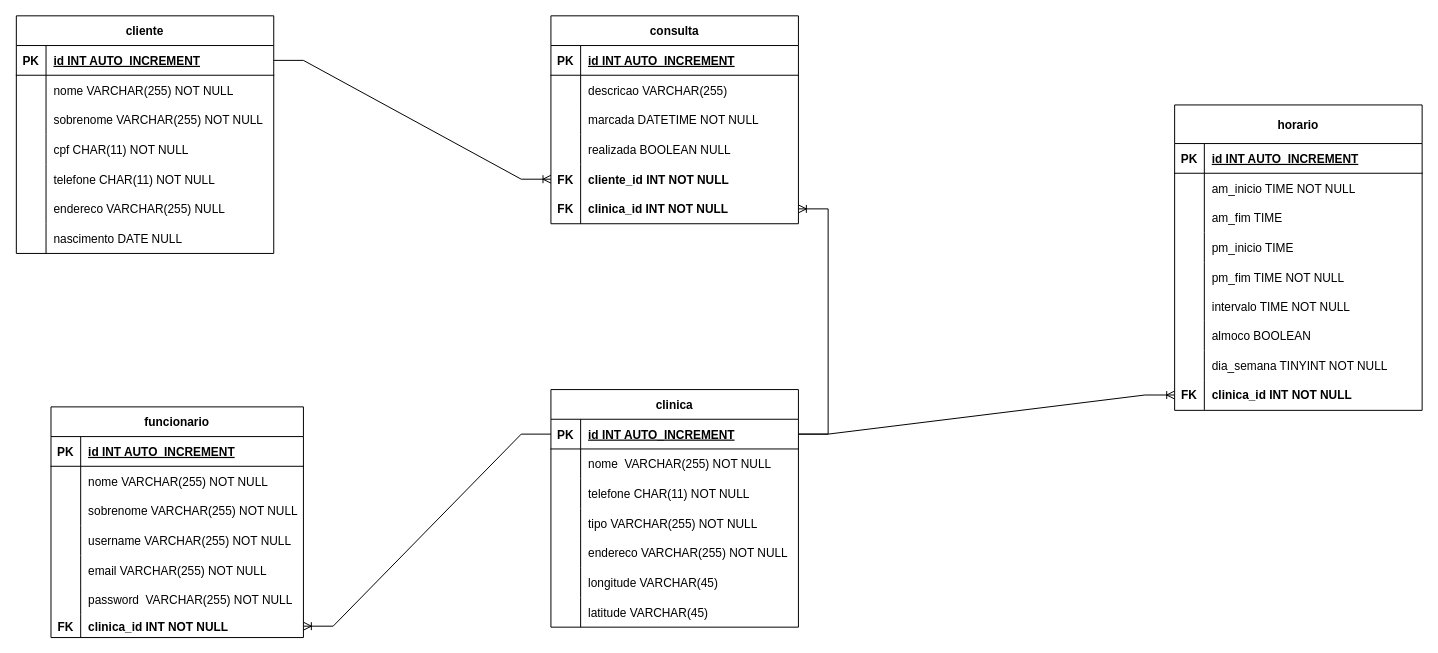
Above: database/MER.drawio in uchoamp/consuchat (draw.io), before the change. Source tidied: cells renumbered, new cells numbered last; positions are measured from the earlier drawing's top-left corner, leaving out a move shared by most shapes. Both pictures are drawn from the tidied source at 99%, with x=0, y=0 at pixel (16, 15).
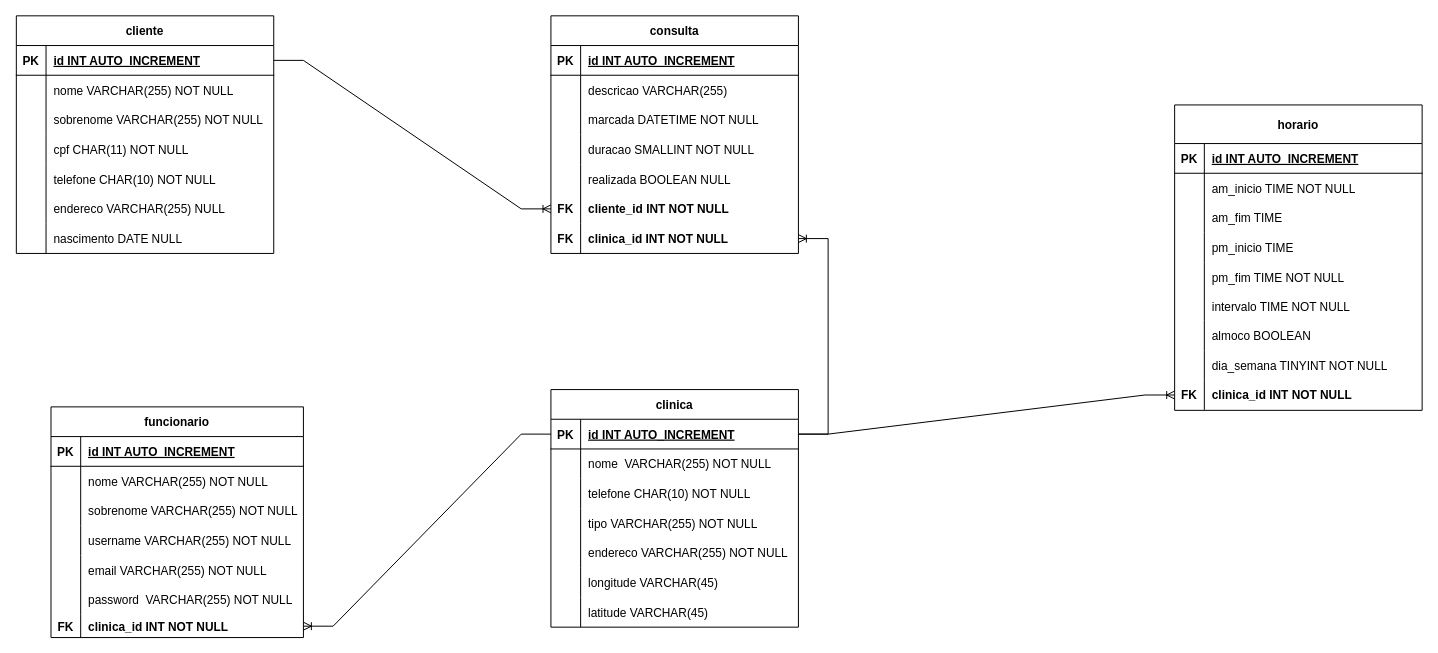
After the change.

Unchanged cells that the change refers to:
```xml
<mxCell id="34" style="shape=partialRectangle;fillColor=none;top=0;left=0;right=0;bottom=0;" parent="21" vertex="1">
  <mxGeometry y="150" width="260" height="30" as="geometry" />
</mxCell>
<mxCell id="50" style="shape=partialRectangle;fillColor=none;top=0;left=0;right=0;bottom=0;" parent="43" vertex="1">
  <mxGeometry y="90" width="250" height="30" as="geometry" />
</mxCell>
```

Diff of the diagram source:
```diff
@@
     <mxCell id="2" value="consulta" style="shape=table;startSize=30;childLayout=tableLayout;rowLines=0;fontStyle=1;align=center;" parent="1" vertex="1">
-      <mxGeometry x="540" y="0.5" width="250" height="210" as="geometry" />
+      <mxGeometry x="540" y="0.5" width="250" height="240" as="geometry" />
     </mxCell>
@@
+    <mxCell id="120" style="shape=partialRectangle;fillColor=none;top=0;left=0;right=0;bottom=0;" parent="2" vertex="1">
+      <mxGeometry y="120" width="250" height="30" as="geometry" />
+    </mxCell>
+    <mxCell id="121" style="shape=partialRectangle;overflow=hidden;fillColor=none;top=0;left=0;bottom=0;right=0;" parent="120" vertex="1">
+      <mxGeometry width="30" height="30" as="geometry" />
+    </mxCell>
+    <mxCell id="122" value="duracao SMALLINT NOT NULL" style="shape=partialRectangle;overflow=hidden;fillColor=none;top=0;left=0;bottom=0;right=0;align=left;spacingLeft=6;" parent="120" vertex="1">
+      <mxGeometry x="30" width="220" height="30" as="geometry" />
+    </mxCell>
     <mxCell id="12" style="shape=partialRectangle;fillColor=none;top=0;left=0;right=0;bottom=0;" parent="2" vertex="1">
-      <mxGeometry y="120" width="250" height="30" as="geometry" />
+      <mxGeometry y="150" width="250" height="30" as="geometry" />
     </mxCell>
@@
     <mxCell id="15" style="shape=partialRectangle;fillColor=none;points=[[0,0.5],[1,0.5]];portConstraint=eastwest;top=0;left=0;right=0;bottom=0;" parent="2" vertex="1">
-      <mxGeometry y="150" width="250" height="30" as="geometry" />
+      <mxGeometry y="180" width="250" height="30" as="geometry" />
     </mxCell>
@@
     <mxCell id="18" style="shape=partialRectangle;fillColor=none;points=[[0,0.5],[1,0.5]];portConstraint=eastwest;top=0;left=0;right=0;bottom=0;" parent="2" vertex="1">
-      <mxGeometry y="180" width="250" height="30" as="geometry" />
+      <mxGeometry y="210" width="250" height="30" as="geometry" />
     </mxCell>
@@
-    <mxCell id="36" value="telefone CHAR(11) NOT NULL" style="shape=partialRectangle;overflow=hidden;fillColor=none;top=0;left=0;bottom=0;right=0;align=left;spacingLeft=6;" parent="34" vertex="1">
+    <mxCell id="36" value="telefone CHAR(10) NOT NULL" style="shape=partialRectangle;overflow=hidden;fillColor=none;top=0;left=0;bottom=0;right=0;align=left;spacingLeft=6;" parent="34" vertex="1">
       <mxGeometry x="30" width="230" height="30" as="geometry" />
     </mxCell>
@@
-    <mxCell id="52" value="telefone CHAR(11) NOT NULL" style="shape=partialRectangle;overflow=hidden;fillColor=none;top=0;left=0;bottom=0;right=0;align=left;spacingLeft=6;" parent="50" vertex="1">
+    <mxCell id="52" value="telefone CHAR(10) NOT NULL" style="shape=partialRectangle;overflow=hidden;fillColor=none;top=0;left=0;bottom=0;right=0;align=left;spacingLeft=6;" parent="50" vertex="1">
       <mxGeometry x="30" width="220" height="30" as="geometry" />
     </mxCell>
```
